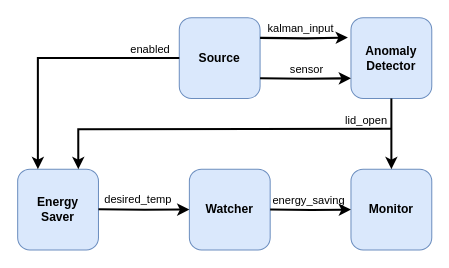
Earlier version of the draw.io diagram images/FMI-communication.drawio (mortenhaahr/2024.TutorialACSOSPaper.Morten). Source tidied: cells renumbered, new cells numbered last; positions are measured from the earlier drawing's top-left corner, leaving out a move shared by most shapes. Both pictures are drawn from the tidied source at 101%, with x=0, y=0 at pixel (17, 17).
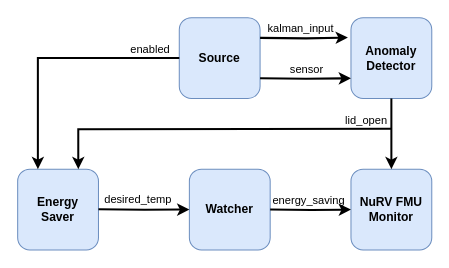
After the change.

The edit, as a diff of the source:
```diff
@@
-    <mxCell id="10" value="Monitor" style="rounded=1;whiteSpace=wrap;html=1;fillColor=#dae8fc;strokeColor=#6c8ebf;fontStyle=1;" parent="1" vertex="1">
+    <mxCell id="10" value="NuRV FMU&lt;br&gt;Monitor" style="rounded=1;whiteSpace=wrap;html=1;fillColor=#dae8fc;strokeColor=#6c8ebf;fontStyle=1;" parent="1" vertex="1">
       <mxGeometry x="330" y="150" width="80" height="80" as="geometry" />
     </mxCell>
```
